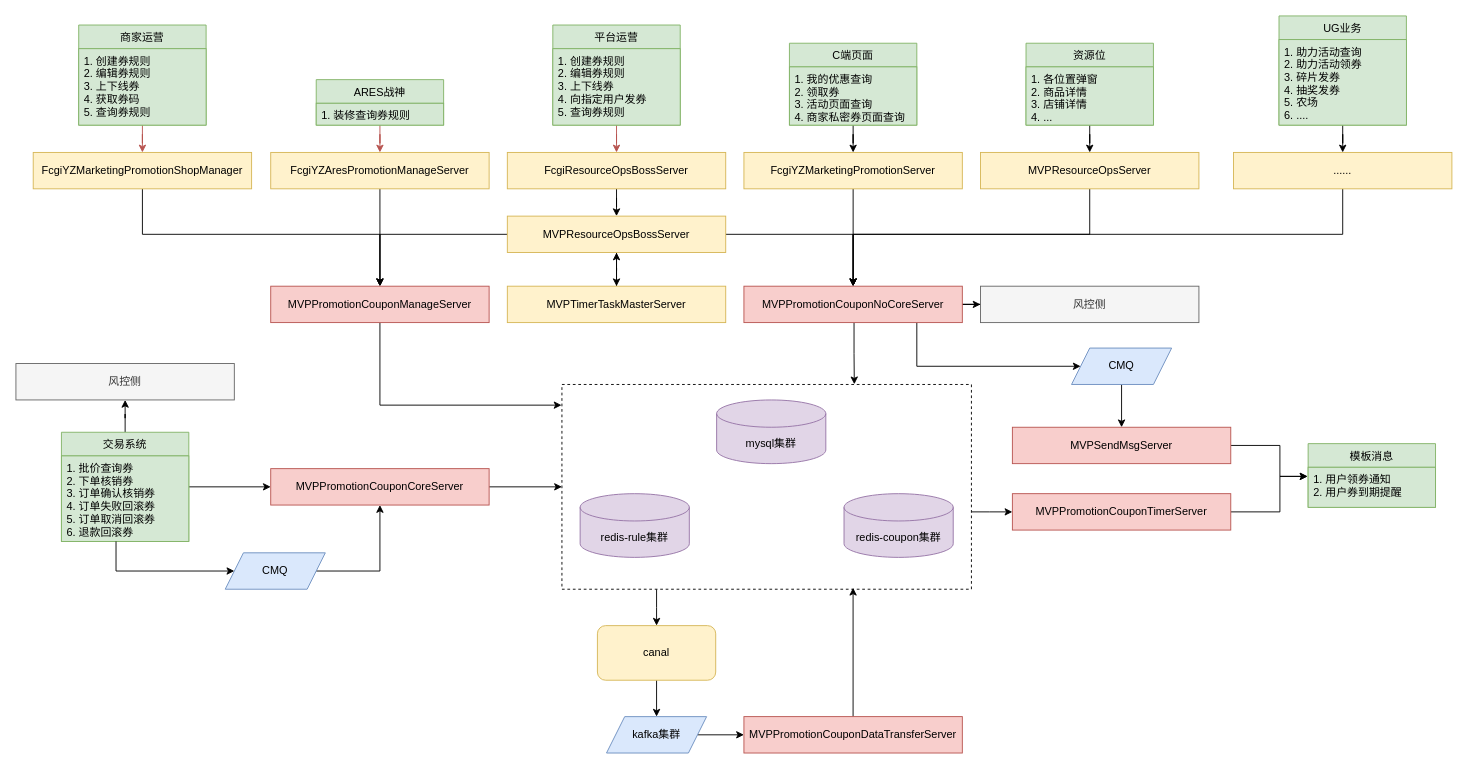
This is Untitled Diagram.drawio from YangJuly/FigureBed, a draw.io file, before an edit. Source tidied: cells renumbered, new cells numbered last; positions are measured from the earlier drawing's top-left corner, leaving out a move shared by most shapes. Both pictures are drawn from the tidied source at 91%, with x=0, y=0 at pixel (15, 15).
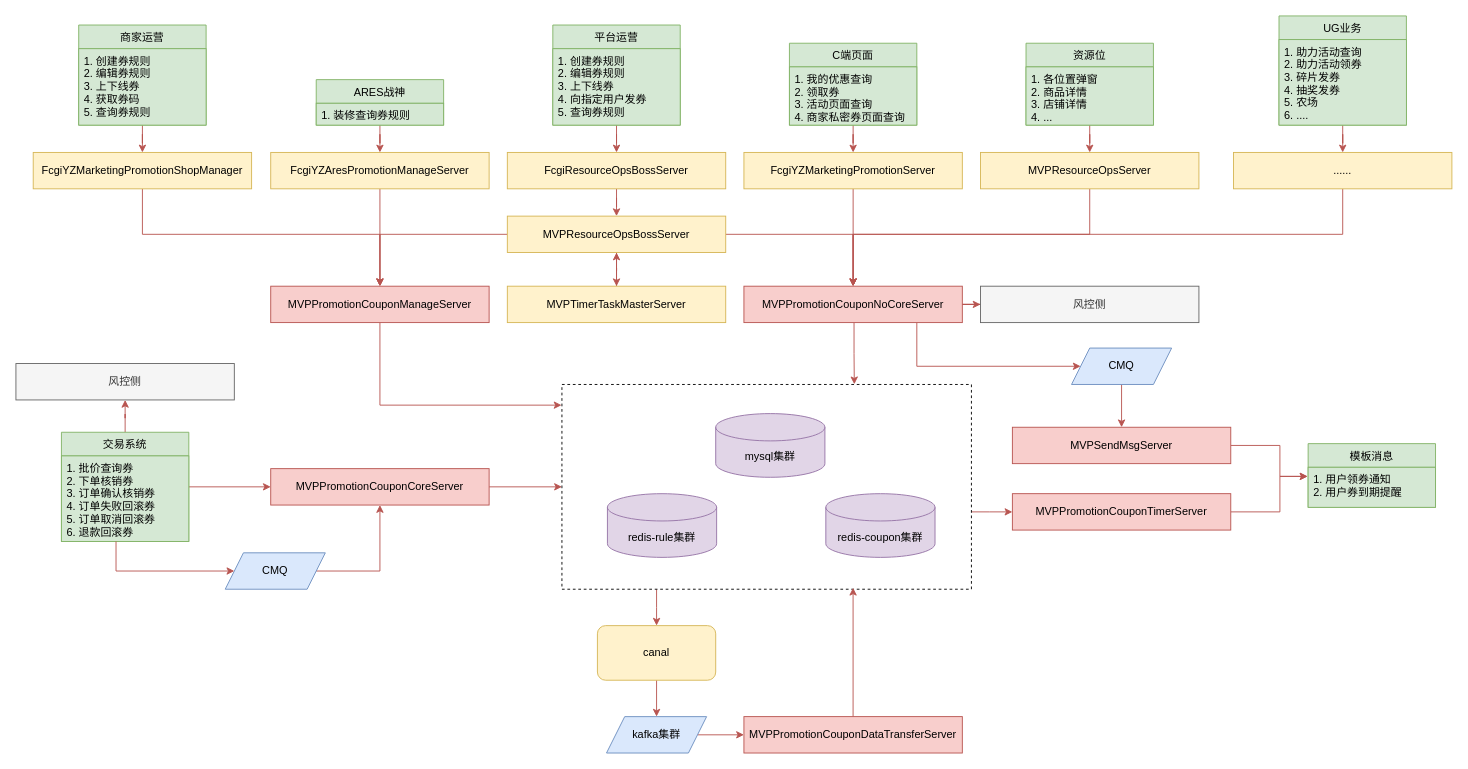
The same diagram, later.

Unchanged cells that the change refers to:
```xml
<mxCell id="4" style="rounded=0;whiteSpace=wrap;html=1;dashed=1;" parent="1" vertex="1">
<mxCell id="6" value="FcgiYZMarketingPromotionShopManager" style="rounded=0;whiteSpace=wrap;html=1;fillColor=#fff2cc;strokeColor=#d6b656;" parent="1" vertex="1">
<mxCell id="9" value="canal" style="rounded=1;whiteSpace=wrap;html=1;fillColor=#fff2cc;strokeColor=#d6b656;" parent="1" vertex="1">
<mxCell id="20" value="FcgiYZAresPromotionManageServer" style="rounded=0;whiteSpace=wrap;html=1;fillColor=#fff2cc;strokeColor=#d6b656;" parent="1" vertex="1">
<mxCell id="22" value="FcgiResourceOpsBossServer" style="rounded=0;whiteSpace=wrap;html=1;fillColor=#fff2cc;strokeColor=#d6b656;" parent="1" vertex="1">
<mxCell id="24" value="MVPPromotionCouponManageServer" style="rounded=0;whiteSpace=wrap;html=1;fillColor=#f8cecc;strokeColor=#b85450;" parent="1" vertex="1">
<mxCell id="28" value="MVPResourceOpsBossServer" style="rounded=0;whiteSpace=wrap;html=1;fillColor=#fff2cc;strokeColor=#d6b656;" parent="1" vertex="1">
<mxCell id="30" value="MVPTimerTaskMasterServer" style="rounded=0;whiteSpace=wrap;html=1;fillColor=#fff2cc;strokeColor=#d6b656;" parent="1" vertex="1">
<mxCell id="33" value="交易系统" style="swimlane;fontStyle=0;horizontal=1;startSize=26;fillColor=#d5e8d4;strokeColor=#82b366;" parent="1" vertex="1">
<mxCell id="34" value="1. 批价查询券&#10;2. 下单核销券&#10;3. 订单确认核销券&#10;4. 订单失败回滚券&#10;5. 订单取消回滚券&#10;6. 退款回滚券" style="text;strokeColor=#82b366;fillColor=#d5e8d4;align=left;verticalAlign=top;spacingLeft=4;spacingRight=4;overflow=hidden;points=[[0,0.5],[1,0.5]];portConstraint=eastwest;" parent="33" vertex="1">
<mxCell id="36" value="MVPPromotionCouponCoreServer" style="rounded=0;whiteSpace=wrap;html=1;fillColor=#f8cecc;strokeColor=#b85450;" parent="1" vertex="1">
<mxCell id="38" value="FcgiYZMarketingPromotionServer" style="rounded=0;whiteSpace=wrap;html=1;fillColor=#fff2cc;strokeColor=#d6b656;" parent="1" vertex="1">
<mxCell id="40" value="C端页面" style="swimlane;fontStyle=0;horizontal=1;startSize=26;fillColor=#d5e8d4;strokeColor=#82b366;" parent="1" vertex="1">
<mxCell id="45" value="MVPPromotionCouponNoCoreServer" style="rounded=0;whiteSpace=wrap;html=1;fillColor=#f8cecc;strokeColor=#b85450;" parent="1" vertex="1">
<mxCell id="47" value="MVPResourceOpsServer" style="rounded=0;whiteSpace=wrap;html=1;fillColor=#fff2cc;strokeColor=#d6b656;" parent="1" vertex="1">
<mxCell id="49" value="资源位" style="swimlane;fontStyle=0;horizontal=1;startSize=26;fillColor=#d5e8d4;strokeColor=#82b366;" parent="1" vertex="1">
<mxCell id="52" value="UG业务" style="swimlane;fontStyle=0;horizontal=1;startSize=26;fillColor=#d5e8d4;strokeColor=#82b366;" parent="1" vertex="1">
<mxCell id="55" value="CMQ" style="shape=parallelogram;perimeter=parallelogramPerimeter;whiteSpace=wrap;html=1;fixedSize=1;fillColor=#dae8fc;strokeColor=#6c8ebf;" parent="1" vertex="1">
<mxCell id="57" value="kafka集群" style="shape=parallelogram;perimeter=parallelogramPerimeter;whiteSpace=wrap;html=1;fixedSize=1;fillColor=#dae8fc;strokeColor=#6c8ebf;" parent="1" vertex="1">
<mxCell id="61" value="MVPPromotionCouponTimerServer" style="rounded=0;whiteSpace=wrap;html=1;fillColor=#f8cecc;strokeColor=#b85450;" parent="1" vertex="1">
<mxCell id="63" value="MVPPromotionCouponDataTransferServer" style="rounded=0;whiteSpace=wrap;html=1;fillColor=#f8cecc;strokeColor=#b85450;" parent="1" vertex="1">
<mxCell id="65" value="MVPSendMsgServer" style="rounded=0;whiteSpace=wrap;html=1;fillColor=#f8cecc;strokeColor=#b85450;" parent="1" vertex="1">
<mxCell id="67" value="1. 用户领券通知&#10;2. 用户券到期提醒" style="text;strokeColor=#82b366;fillColor=#d5e8d4;align=left;verticalAlign=top;spacingLeft=4;spacingRight=4;overflow=hidden;points=[[0,0.5],[1,0.5]];portConstraint=eastwest;" parent="66" vertex="1">
<mxCell id="69" value="CMQ" style="shape=parallelogram;perimeter=parallelogramPerimeter;whiteSpace=wrap;html=1;fixedSize=1;fillColor=#dae8fc;strokeColor=#6c8ebf;" parent="1" vertex="1">
<mxCell id="70" value="风控侧" style="rounded=0;whiteSpace=wrap;html=1;fillColor=#f5f5f5;strokeColor=#666666;fontColor=#333333;" parent="1" vertex="1">
<mxCell id="72" value="......" style="rounded=0;whiteSpace=wrap;html=1;fillColor=#fff2cc;strokeColor=#d6b656;" parent="1" vertex="1">
<mxCell id="74" value="风控侧" style="rounded=0;whiteSpace=wrap;html=1;fillColor=#f5f5f5;strokeColor=#666666;fontColor=#333333;" parent="1" vertex="1">
```

Change to the diagram source:
```diff
@@
-    <mxCell id="2" style="edgeStyle=orthogonalEdgeStyle;rounded=0;jettySize=auto;html=1;" parent="1" edge="1" source="4" target="61">
+    <mxCell id="2" style="edgeStyle=orthogonalEdgeStyle;rounded=0;jettySize=auto;html=1;fillColor=#f8cecc;strokeColor=#b85450;" parent="1" edge="1" source="4" target="61">
       <mxGeometry relative="1" as="geometry">
         <Array as="points">
           <mxPoint x="1070" y="545" />
           <mxPoint x="1070" y="545" />
         </Array>
       </mxGeometry>
     </mxCell>
-    <mxCell id="3" style="edgeStyle=orthogonalEdgeStyle;rounded=0;jettySize=auto;html=1;" parent="1" edge="1" source="4" target="9">
+    <mxCell id="3" style="edgeStyle=orthogonalEdgeStyle;rounded=0;jettySize=auto;html=1;fillColor=#f8cecc;strokeColor=#b85450;" parent="1" edge="1" source="4" target="9">
       <mxGeometry relative="1" as="geometry">
         <Array as="points">
           <mxPoint x="704" y="650" />
           <mxPoint x="704" y="650" />
         </Array>
       </mxGeometry>
     </mxCell>
@@
-    <mxCell id="5" style="edgeStyle=orthogonalEdgeStyle;rounded=0;jettySize=auto;html=1;entryX=0.5;entryY=0;entryDx=0;entryDy=0;" parent="1" edge="1" source="6" target="24">
+    <mxCell id="5" style="edgeStyle=orthogonalEdgeStyle;rounded=0;jettySize=auto;html=1;entryX=0.5;entryY=0;entryDx=0;entryDy=0;fillColor=#f8cecc;strokeColor=#b85450;" parent="1" edge="1" source="6" target="24">
       <mxGeometry relative="1" as="geometry">
         <Array as="points">
           <mxPoint x="139" y="240" />
           <mxPoint x="400" y="240" />
         </Array>
       </mxGeometry>
     </mxCell>
@@
     <mxCell id="7" value="mysql集群" style="shape=cylinder3;whiteSpace=wrap;html=1;boundedLbl=1;backgroundOutline=1;size=15;fillColor=#e1d5e7;strokeColor=#9673a6;" parent="1" vertex="1">
-      <mxGeometry x="770" y="422" width="120" height="70" as="geometry" />
+      <mxGeometry x="769" y="437" width="120" height="70" as="geometry" />
     </mxCell>
-    <mxCell id="8" style="edgeStyle=orthogonalEdgeStyle;rounded=0;jettySize=auto;html=1;entryX=0.5;entryY=0;entryDx=0;entryDy=0;" parent="1" edge="1" source="9" target="57">
+    <mxCell id="8" style="edgeStyle=orthogonalEdgeStyle;rounded=0;jettySize=auto;html=1;entryX=0.5;entryY=0;entryDx=0;entryDy=0;fillColor=#f8cecc;strokeColor=#b85450;" parent="1" edge="1" source="9" target="57">
       <mxGeometry relative="1" as="geometry" />
     </mxCell>
@@
-    <mxCell id="19" style="edgeStyle=orthogonalEdgeStyle;rounded=0;jettySize=auto;html=1;entryX=0.5;entryY=0;entryDx=0;entryDy=0;" parent="1" edge="1" source="20" target="24">
+    <mxCell id="19" style="edgeStyle=orthogonalEdgeStyle;rounded=0;jettySize=auto;html=1;entryX=0.5;entryY=0;entryDx=0;entryDy=0;fillColor=#f8cecc;strokeColor=#b85450;" parent="1" edge="1" source="20" target="24">
       <mxGeometry relative="1" as="geometry" />
     </mxCell>
@@
-    <mxCell id="21" style="edgeStyle=orthogonalEdgeStyle;rounded=0;jettySize=auto;html=1;" parent="1" edge="1" source="22" target="28">
+    <mxCell id="21" style="edgeStyle=orthogonalEdgeStyle;rounded=0;jettySize=auto;html=1;fillColor=#f8cecc;strokeColor=#b85450;" parent="1" edge="1" source="22" target="28">
       <mxGeometry relative="1" as="geometry" />
     </mxCell>
@@
-    <mxCell id="23" style="edgeStyle=orthogonalEdgeStyle;rounded=0;jettySize=auto;html=1;entryX=-0.001;entryY=0.101;entryDx=0;entryDy=0;entryPerimeter=0;" parent="1" edge="1" source="24" target="4">
+    <mxCell id="23" style="edgeStyle=orthogonalEdgeStyle;rounded=0;jettySize=auto;html=1;entryX=-0.001;entryY=0.101;entryDx=0;entryDy=0;entryPerimeter=0;fillColor=#f8cecc;strokeColor=#b85450;" parent="1" edge="1" source="24" target="4">
       <mxGeometry relative="1" as="geometry">
         <Array as="points">
           <mxPoint x="400" y="428" />
         </Array>
       </mxGeometry>
     </mxCell>
@@
-    <mxCell id="25" style="edgeStyle=orthogonalEdgeStyle;rounded=0;jettySize=auto;html=1;entryX=0.5;entryY=0;entryDx=0;entryDy=0;" parent="1" edge="1" source="28" target="24">
+    <mxCell id="25" style="edgeStyle=orthogonalEdgeStyle;rounded=0;jettySize=auto;html=1;entryX=0.5;entryY=0;entryDx=0;entryDy=0;fillColor=#f8cecc;strokeColor=#b85450;" parent="1" edge="1" source="28" target="24">
       <mxGeometry relative="1" as="geometry" />
     </mxCell>
-    <mxCell id="26" style="edgeStyle=orthogonalEdgeStyle;rounded=0;jettySize=auto;html=1;" parent="1" edge="1" source="28" target="30">
+    <mxCell id="26" style="edgeStyle=orthogonalEdgeStyle;rounded=0;jettySize=auto;html=1;fillColor=#f8cecc;strokeColor=#b85450;" parent="1" edge="1" source="28" target="30">
       <mxGeometry relative="1" as="geometry" />
     </mxCell>
-    <mxCell id="27" style="edgeStyle=orthogonalEdgeStyle;rounded=0;jettySize=auto;html=1;entryX=0.5;entryY=0;entryDx=0;entryDy=0;" parent="1" edge="1" source="28" target="45">
+    <mxCell id="27" style="edgeStyle=orthogonalEdgeStyle;rounded=0;jettySize=auto;html=1;entryX=0.5;entryY=0;entryDx=0;entryDy=0;fillColor=#f8cecc;strokeColor=#b85450;" parent="1" edge="1" source="28" target="45">
       <mxGeometry relative="1" as="geometry" />
     </mxCell>
@@
-    <mxCell id="29" style="edgeStyle=orthogonalEdgeStyle;rounded=0;jettySize=auto;html=1;entryX=0.5;entryY=1;entryDx=0;entryDy=0;" parent="1" edge="1" source="30" target="28">
+    <mxCell id="29" style="edgeStyle=orthogonalEdgeStyle;rounded=0;jettySize=auto;html=1;entryX=0.5;entryY=1;entryDx=0;entryDy=0;fillColor=#f8cecc;strokeColor=#b85450;" parent="1" edge="1" source="30" target="28">
       <mxGeometry relative="1" as="geometry" />
     </mxCell>
@@
-    <mxCell id="31" style="edgeStyle=orthogonalEdgeStyle;rounded=0;jettySize=auto;html=1;" parent="1" edge="1" source="33" target="36">
+    <mxCell id="31" style="edgeStyle=orthogonalEdgeStyle;rounded=0;jettySize=auto;html=1;fillColor=#f8cecc;strokeColor=#b85450;" parent="1" edge="1" source="33" target="36">
       <mxGeometry relative="1" as="geometry" />
     </mxCell>
-    <mxCell id="32" style="edgeStyle=orthogonalEdgeStyle;rounded=0;jettySize=auto;html=1;" parent="1" edge="1" source="33" target="74">
+    <mxCell id="32" style="edgeStyle=orthogonalEdgeStyle;rounded=0;jettySize=auto;html=1;fillColor=#f8cecc;strokeColor=#b85450;" parent="1" edge="1" source="33" target="74">
       <mxGeometry relative="1" as="geometry" />
     </mxCell>
@@
-    <mxCell id="35" style="edgeStyle=orthogonalEdgeStyle;rounded=0;jettySize=auto;html=1;" parent="1" edge="1" source="36" target="4">
+    <mxCell id="35" style="edgeStyle=orthogonalEdgeStyle;rounded=0;jettySize=auto;html=1;fillColor=#f8cecc;strokeColor=#b85450;" parent="1" edge="1" source="36" target="4">
       <mxGeometry relative="1" as="geometry" />
     </mxCell>
@@
-    <mxCell id="37" style="edgeStyle=orthogonalEdgeStyle;rounded=0;jettySize=auto;html=1;" parent="1" edge="1" source="38" target="45">
+    <mxCell id="37" style="edgeStyle=orthogonalEdgeStyle;rounded=0;jettySize=auto;html=1;fillColor=#f8cecc;strokeColor=#b85450;" parent="1" edge="1" source="38" target="45">
       <mxGeometry relative="1" as="geometry" />
     </mxCell>
@@
-    <mxCell id="39" style="edgeStyle=orthogonalEdgeStyle;rounded=0;jettySize=auto;html=1;" parent="1" edge="1" source="40" target="38">
+    <mxCell id="39" style="edgeStyle=orthogonalEdgeStyle;rounded=0;jettySize=auto;html=1;fillColor=#f8cecc;strokeColor=#b85450;" parent="1" edge="1" source="40" target="38">
       <mxGeometry relative="1" as="geometry" />
     </mxCell>
@@
-    <mxCell id="42" style="edgeStyle=orthogonalEdgeStyle;rounded=0;jettySize=auto;html=1;" parent="1" edge="1" source="45" target="70">
+    <mxCell id="42" style="edgeStyle=orthogonalEdgeStyle;rounded=0;jettySize=auto;html=1;fillColor=#f8cecc;strokeColor=#b85450;" parent="1" edge="1" source="45" target="70">
       <mxGeometry relative="1" as="geometry" />
     </mxCell>
-    <mxCell id="43" style="edgeStyle=orthogonalEdgeStyle;rounded=0;jettySize=auto;html=1;entryX=0.714;entryY=-0.001;entryDx=0;entryDy=0;entryPerimeter=0;" parent="1" edge="1" source="45" target="4">
+    <mxCell id="43" style="edgeStyle=orthogonalEdgeStyle;rounded=0;jettySize=auto;html=1;entryX=0.714;entryY=-0.001;entryDx=0;entryDy=0;entryPerimeter=0;fillColor=#f8cecc;strokeColor=#b85450;" parent="1" edge="1" source="45" target="4">
       <mxGeometry relative="1" as="geometry">
         <Array as="points">
           <mxPoint x="921" y="371" />
           <mxPoint x="921" y="371" />
         </Array>
       </mxGeometry>
     </mxCell>
-    <mxCell id="44" style="edgeStyle=orthogonalEdgeStyle;rounded=0;jettySize=auto;html=1;entryX=0;entryY=0.5;entryDx=0;entryDy=0;" parent="1" edge="1" source="45" target="69">
+    <mxCell id="44" style="edgeStyle=orthogonalEdgeStyle;rounded=0;jettySize=auto;html=1;entryX=0;entryY=0.5;entryDx=0;entryDy=0;fillColor=#f8cecc;strokeColor=#b85450;" parent="1" edge="1" source="45" target="69">
       <mxGeometry relative="1" as="geometry">
         <Array as="points">
           <mxPoint x="990" y="385" />
         </Array>
       </mxGeometry>
     </mxCell>
@@
-    <mxCell id="46" style="edgeStyle=orthogonalEdgeStyle;rounded=0;jettySize=auto;html=1;entryX=0.5;entryY=0;entryDx=0;entryDy=0;" parent="1" edge="1" source="47" target="45">
+    <mxCell id="46" style="edgeStyle=orthogonalEdgeStyle;rounded=0;jettySize=auto;html=1;entryX=0.5;entryY=0;entryDx=0;entryDy=0;fillColor=#f8cecc;strokeColor=#b85450;" parent="1" edge="1" source="47" target="45">
       <mxGeometry relative="1" as="geometry">
         <Array as="points">
           <mxPoint x="1180" y="240" />
           <mxPoint x="920" y="240" />
         </Array>
       </mxGeometry>
     </mxCell>
@@
-    <mxCell id="48" style="edgeStyle=orthogonalEdgeStyle;rounded=0;jettySize=auto;html=1;" parent="1" edge="1" source="49" target="47">
+    <mxCell id="48" style="edgeStyle=orthogonalEdgeStyle;rounded=0;jettySize=auto;html=1;fillColor=#f8cecc;strokeColor=#b85450;" parent="1" edge="1" source="49" target="47">
       <mxGeometry relative="1" as="geometry" />
     </mxCell>
@@
-    <mxCell id="51" style="edgeStyle=orthogonalEdgeStyle;rounded=0;jettySize=auto;html=1;" parent="1" edge="1" source="52" target="72">
+    <mxCell id="51" style="edgeStyle=orthogonalEdgeStyle;rounded=0;jettySize=auto;html=1;fillColor=#f8cecc;strokeColor=#b85450;" parent="1" edge="1" source="52" target="72">
       <mxGeometry relative="1" as="geometry" />
     </mxCell>
@@
-    <mxCell id="54" style="edgeStyle=orthogonalEdgeStyle;rounded=0;jettySize=auto;html=1;entryX=0.5;entryY=1;entryDx=0;entryDy=0;" parent="1" edge="1" source="55" target="36">
+    <mxCell id="54" style="edgeStyle=orthogonalEdgeStyle;rounded=0;jettySize=auto;html=1;entryX=0.5;entryY=1;entryDx=0;entryDy=0;fillColor=#f8cecc;strokeColor=#b85450;" parent="1" edge="1" source="55" target="36">
       <mxGeometry relative="1" as="geometry">
         <Array as="points">
           <mxPoint x="400" y="610" />
         </Array>
       </mxGeometry>
     </mxCell>
@@
-    <mxCell id="56" style="edgeStyle=orthogonalEdgeStyle;rounded=0;jettySize=auto;html=1;" parent="1" edge="1" source="57" target="63">
+    <mxCell id="56" style="edgeStyle=orthogonalEdgeStyle;rounded=0;jettySize=auto;html=1;fillColor=#f8cecc;strokeColor=#b85450;" parent="1" edge="1" source="57" target="63">
       <mxGeometry relative="1" as="geometry" />
     </mxCell>
@@
     <mxCell id="58" value="redis-rule集群" style="shape=cylinder3;whiteSpace=wrap;html=1;boundedLbl=1;backgroundOutline=1;size=15;fillColor=#e1d5e7;strokeColor=#9673a6;" parent="1" vertex="1">
-      <mxGeometry x="620" y="525" width="120" height="70" as="geometry" />
+      <mxGeometry x="650" y="525" width="120" height="70" as="geometry" />
     </mxCell>
     <mxCell id="59" value="redis-coupon集群" style="shape=cylinder3;whiteSpace=wrap;html=1;boundedLbl=1;backgroundOutline=1;size=15;fillColor=#e1d5e7;strokeColor=#9673a6;" parent="1" vertex="1">
-      <mxGeometry x="910" y="525" width="120" height="70" as="geometry" />
+      <mxGeometry x="890" y="525" width="120" height="70" as="geometry" />
     </mxCell>
-    <mxCell id="60" style="edgeStyle=orthogonalEdgeStyle;rounded=0;jettySize=auto;html=1;entryX=-0.005;entryY=0.227;entryDx=0;entryDy=0;entryPerimeter=0;" parent="1" edge="1" source="61" target="67">
+    <mxCell id="60" style="edgeStyle=orthogonalEdgeStyle;rounded=0;jettySize=auto;html=1;entryX=-0.005;entryY=0.227;entryDx=0;entryDy=0;entryPerimeter=0;fillColor=#f8cecc;strokeColor=#b85450;" parent="1" edge="1" source="61" target="67">
       <mxGeometry relative="1" as="geometry">
         <Array as="points">
           <mxPoint x="1389" y="545" />
           <mxPoint x="1389" y="506" />
         </Array>
       </mxGeometry>
     </mxCell>
@@
-    <mxCell id="62" style="edgeStyle=orthogonalEdgeStyle;rounded=0;jettySize=auto;html=1;entryX=0.711;entryY=0.993;entryDx=0;entryDy=0;entryPerimeter=0;" parent="1" edge="1" source="63" target="4">
+    <mxCell id="62" style="edgeStyle=orthogonalEdgeStyle;rounded=0;jettySize=auto;html=1;entryX=0.711;entryY=0.993;entryDx=0;entryDy=0;entryPerimeter=0;fillColor=#f8cecc;strokeColor=#b85450;" parent="1" edge="1" source="63" target="4">
       <mxGeometry relative="1" as="geometry" />
     </mxCell>
@@
-    <mxCell id="64" style="edgeStyle=orthogonalEdgeStyle;rounded=0;jettySize=auto;html=1;entryX=-0.005;entryY=0.227;entryDx=0;entryDy=0;entryPerimeter=0;" parent="1" edge="1" source="65" target="67">
+    <mxCell id="64" style="edgeStyle=orthogonalEdgeStyle;rounded=0;jettySize=auto;html=1;entryX=-0.005;entryY=0.227;entryDx=0;entryDy=0;entryPerimeter=0;fillColor=#f8cecc;strokeColor=#b85450;" parent="1" edge="1" source="65" target="67">
       <mxGeometry relative="1" as="geometry">
         <Array as="points">
           <mxPoint x="1389" y="472" />
           <mxPoint x="1389" y="506" />
         </Array>
       </mxGeometry>
     </mxCell>
@@
-    <mxCell id="68" style="edgeStyle=orthogonalEdgeStyle;rounded=0;jettySize=auto;html=1;" parent="1" edge="1" source="69" target="65">
+    <mxCell id="68" style="edgeStyle=orthogonalEdgeStyle;rounded=0;jettySize=auto;html=1;fillColor=#f8cecc;strokeColor=#b85450;" parent="1" edge="1" source="69" target="65">
       <mxGeometry relative="1" as="geometry" />
     </mxCell>
@@
-    <mxCell id="71" style="edgeStyle=orthogonalEdgeStyle;rounded=0;jettySize=auto;html=1;" parent="1" edge="1" source="72" target="45">
+    <mxCell id="71" style="edgeStyle=orthogonalEdgeStyle;rounded=0;jettySize=auto;html=1;entryX=0.5;entryY=0;entryDx=0;entryDy=0;fillColor=#f8cecc;strokeColor=#b85450;" parent="1" edge="1" source="72" target="45">
       <mxGeometry relative="1" as="geometry">
         <Array as="points">
           <mxPoint x="1458" y="240" />
           <mxPoint x="920" y="240" />
         </Array>
       </mxGeometry>
     </mxCell>
@@
-    <mxCell id="73" style="edgeStyle=orthogonalEdgeStyle;rounded=0;jettySize=auto;html=1;" parent="1" edge="1" source="34" target="55">
+    <mxCell id="73" style="edgeStyle=orthogonalEdgeStyle;rounded=0;jettySize=auto;html=1;fillColor=#f8cecc;strokeColor=#b85450;" parent="1" edge="1" source="34" target="55">
       <mxGeometry relative="1" as="geometry">
         <Array as="points">
           <mxPoint x="110" y="610" />
         </Array>
       </mxGeometry>
     </mxCell>
```
